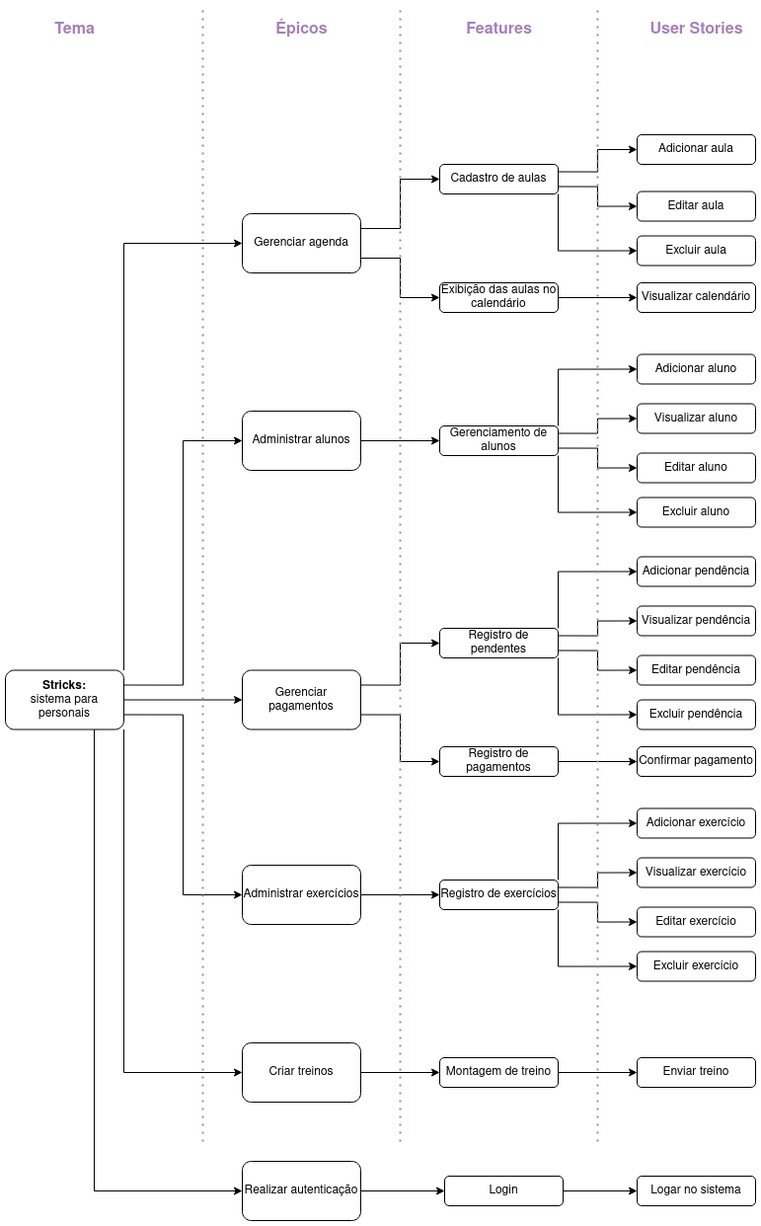
This is documentation/docs/img/diagrama.png from mdsreq-fga-unb/2022.2-Strix, a draw.io export, as it was before one commit. Source tidied: cells renumbered, new cells last; positions are measured from the earlier drawing's top-left corner, leaving out a move shared by most shapes.
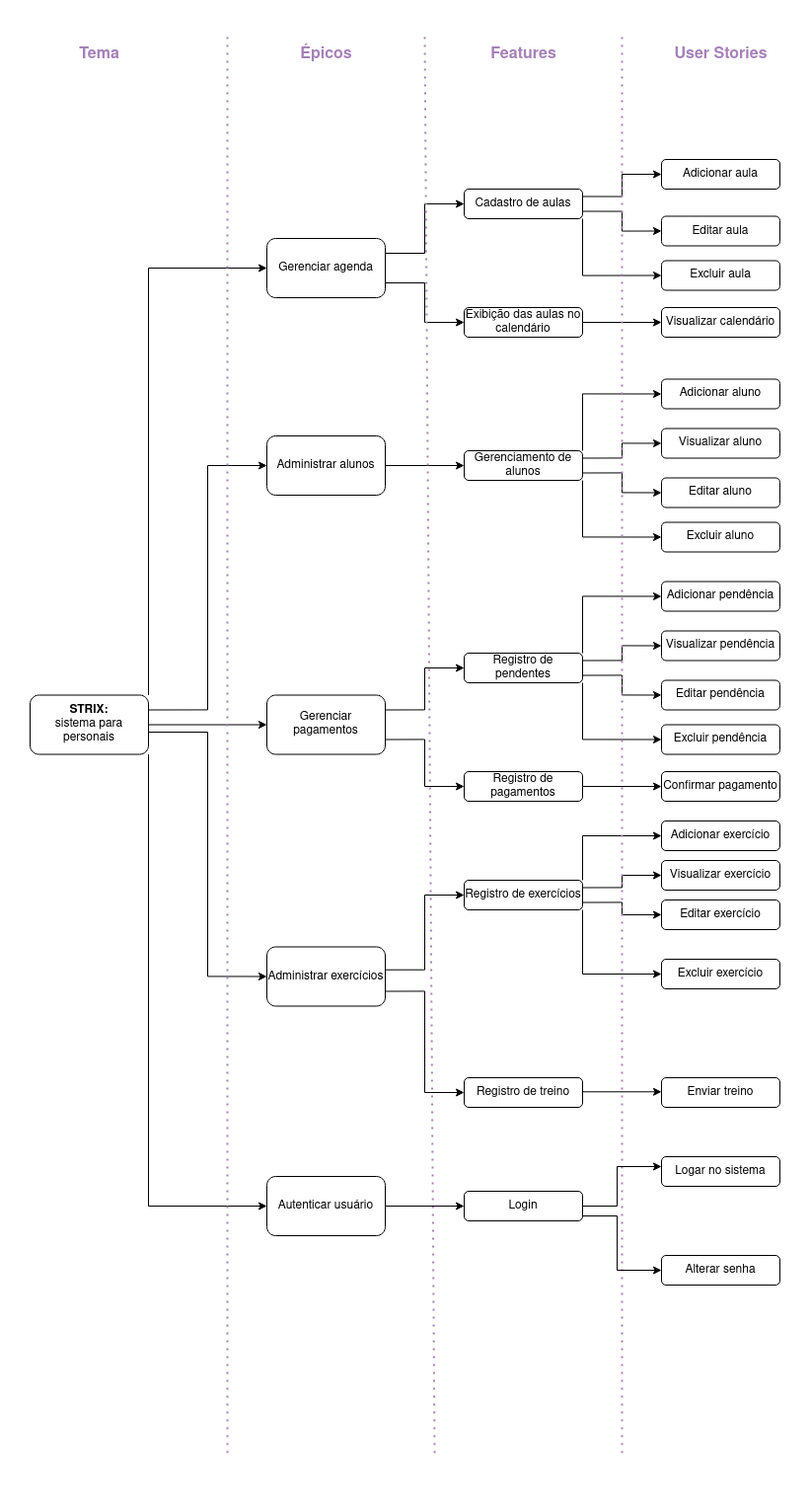
After the commit.

Commit message:
refatorando o  diagrama de requisitos

What changed in the source:
```diff
@@ -12,15 +12,18 @@
       <mxGeometry relative="1" as="geometry" />
     </mxCell>
     <mxCell id="5" style="edgeStyle=orthogonalEdgeStyle;rounded=0;jettySize=auto;html=1;exitX=1;exitY=0.75;exitDx=0;exitDy=0;entryX=0;entryY=0.5;entryDx=0;entryDy=0;" parent="1" edge="1" source="8" target="18">
-      <mxGeometry relative="1" as="geometry" />
+      <mxGeometry relative="1" as="geometry">
+        <Array as="points">
+          <mxPoint x="120" y="710" />
+          <mxPoint x="180" y="710" />
+          <mxPoint x="180" y="958" />
+        </Array>
+      </mxGeometry>
     </mxCell>
-    <mxCell id="6" style="edgeStyle=orthogonalEdgeStyle;rounded=0;jettySize=auto;html=1;exitX=1;exitY=1;exitDx=0;exitDy=0;entryX=0;entryY=0.5;entryDx=0;entryDy=0;" parent="1" edge="1" source="8" target="20">
-      <mxGeometry relative="1" as="geometry" />
-    </mxCell>
-    <mxCell id="7" style="edgeStyle=orthogonalEdgeStyle;rounded=0;jettySize=auto;html=1;exitX=0.75;exitY=1;exitDx=0;exitDy=0;entryX=0;entryY=0.5;entryDx=0;entryDy=0;" parent="1" edge="1" source="8" target="72">
+    <mxCell id="7" style="edgeStyle=orthogonalEdgeStyle;rounded=0;jettySize=auto;html=1;exitX=1;exitY=1;exitDx=0;exitDy=0;entryX=0;entryY=0.5;entryDx=0;entryDy=0;" parent="1" edge="1" source="8" target="72">
       <mxGeometry relative="1" as="geometry" />
     </mxCell>
-    <mxCell id="8" value="&lt;b&gt;Stricks:&lt;/b&gt;&lt;br&gt;sistema para personais" style="rounded=1;whiteSpace=wrap;html=1;" parent="1" vertex="1">
+    <mxCell id="8" value="&lt;b&gt;STRIX:&lt;/b&gt;&lt;br&gt;sistema para personais" style="rounded=1;whiteSpace=wrap;html=1;" parent="1" vertex="1">
       <mxGeometry y="672.5" width="120" height="60" as="geometry" />
     </mxCell>
     <mxCell id="9" style="edgeStyle=orthogonalEdgeStyle;rounded=0;jettySize=auto;html=1;exitX=1;exitY=0.75;exitDx=0;exitDy=0;entryX=0;entryY=0.5;entryDx=0;entryDy=0;fontSize=16;fontColor=#000000;" parent="1" edge="1" source="11" target="28">
@@ -39,7 +42,12 @@
       <mxGeometry x="240" y="410" width="120" height="60" as="geometry" />
     </mxCell>
     <mxCell id="14" style="edgeStyle=orthogonalEdgeStyle;rounded=0;jettySize=auto;html=1;exitX=1;exitY=0.75;exitDx=0;exitDy=0;entryX=0;entryY=0.5;entryDx=0;entryDy=0;fontSize=16;fontColor=#000000;" parent="1" edge="1" source="16" target="35">
-      <mxGeometry relative="1" as="geometry" />
+      <mxGeometry relative="1" as="geometry">
+        <Array as="points">
+          <mxPoint x="400" y="718" />
+          <mxPoint x="400" y="765" />
+        </Array>
+      </mxGeometry>
     </mxCell>
     <mxCell id="15" style="edgeStyle=orthogonalEdgeStyle;rounded=0;jettySize=auto;html=1;exitX=1;exitY=0.25;exitDx=0;exitDy=0;entryX=0;entryY=0.5;entryDx=0;entryDy=0;fontSize=16;fontColor=#000000;" parent="1" edge="1" source="16" target="33">
       <mxGeometry relative="1" as="geometry" />
@@ -47,21 +55,20 @@
     <mxCell id="16" value="Gerenciar pagamentos" style="rounded=1;whiteSpace=wrap;html=1;" parent="1" vertex="1">
       <mxGeometry x="240" y="672.5" width="120" height="60" as="geometry" />
     </mxCell>
-    <mxCell id="17" style="edgeStyle=orthogonalEdgeStyle;rounded=0;jettySize=auto;html=1;fontSize=16;fontColor=#000000;" parent="1" edge="1" source="18" target="46">
-      <mxGeometry relative="1" as="geometry" />
-    </mxCell>
     <mxCell id="18" value="Administrar exercícios&lt;span style=&quot;color: rgba(0, 0, 0, 0); font-family: monospace; font-size: 0px; text-align: start;&quot;&gt;%3CmxGraphModel%3E%3Croot%3E%3CmxCell%20id%3D%220%22%2F%3E%3CmxCell%20id%3D%221%22%20parent%3D%220%22%2F%3E%3CmxCell%20id%3D%222%22%20value%3D%22Agenda%22%20style%3D%22rounded%3D1%3BwhiteSpace%3Dwrap%3Bhtml%3D1%3B%22%20vertex%3D%221%22%20parent%3D%221%22%3E%3CmxGeometry%20x%3D%22200%22%20y%3D%22380%22%20width%3D%22120%22%20height%3D%2260%22%20as%3D%22geometry%22%2F%3E%3C%2FmxCell%3E%3C%2Froot%3E%3C%2FmxGraphModel%3E&lt;/span&gt;" style="rounded=1;whiteSpace=wrap;html=1;" parent="1" vertex="1">
-      <mxGeometry x="240" y="870" width="120" height="60" as="geometry" />
+      <mxGeometry x="240" y="927.5" width="120" height="60" as="geometry" />
     </mxCell>
-    <mxCell id="19" style="edgeStyle=orthogonalEdgeStyle;rounded=0;jettySize=auto;html=1;exitX=1;exitY=0.5;exitDx=0;exitDy=0;fontSize=16;fontColor=#000000;entryX=0;entryY=0.5;entryDx=0;entryDy=0;" parent="1" edge="1" source="20" target="48">
-      <mxGeometry relative="1" as="geometry" />
+    <mxCell id="19" style="edgeStyle=orthogonalEdgeStyle;rounded=0;jettySize=auto;html=1;exitX=1;exitY=0.75;exitDx=0;exitDy=0;fontSize=16;fontColor=#000000;entryX=0;entryY=0.5;entryDx=0;entryDy=0;" parent="1" edge="1" source="18" target="48">
+      <mxGeometry relative="1" as="geometry">
+        <Array as="points">
+          <mxPoint x="400" y="973" />
+          <mxPoint x="400" y="1075" />
+        </Array>
+      </mxGeometry>
     </mxCell>
-    <mxCell id="20" value="Criar treinos" style="rounded=1;whiteSpace=wrap;html=1;" parent="1" vertex="1">
-      <mxGeometry x="240" y="1050" width="120" height="60" as="geometry" />
-    </mxCell>
     <mxCell id="21" style="endArrow=none;dashed=1;html=1;dashPattern=1 3;strokeWidth=2;rounded=0;strokeColor=#A680B8;" parent="1" edge="1">
       <mxGeometry relative="1" as="geometry">
-        <mxPoint x="200" y="1150" as="sourcePoint" />
+        <mxPoint x="200" y="1440" as="sourcePoint" />
         <mxPoint x="200" as="targetPoint" />
       </mxGeometry>
     </mxCell>
@@ -124,36 +131,46 @@
     </mxCell>
     <mxCell id="41" style="endArrow=none;dashed=1;html=1;dashPattern=1 3;strokeWidth=2;rounded=0;strokeColor=#A680B8;" parent="1" edge="1">
       <mxGeometry relative="1" as="geometry">
-        <mxPoint x="400" y="1150" as="sourcePoint" />
+        <mxPoint x="410" y="1440" as="sourcePoint" />
         <mxPoint x="400" as="targetPoint" />
       </mxGeometry>
     </mxCell>
     <mxCell id="42" style="edgeStyle=orthogonalEdgeStyle;rounded=0;jettySize=auto;html=1;exitX=1;exitY=0.25;exitDx=0;exitDy=0;entryX=0;entryY=0.5;entryDx=0;entryDy=0;fontSize=16;fontColor=#000000;" parent="1" edge="1" source="46" target="65">
-      <mxGeometry relative="1" as="geometry" />
+      <mxGeometry relative="1" as="geometry">
+        <Array as="points">
+          <mxPoint x="600" y="868" />
+          <mxPoint x="600" y="855" />
+        </Array>
+      </mxGeometry>
     </mxCell>
     <mxCell id="43" style="edgeStyle=orthogonalEdgeStyle;rounded=0;jettySize=auto;html=1;exitX=1;exitY=1;exitDx=0;exitDy=0;entryX=0;entryY=0.5;entryDx=0;entryDy=0;fontSize=16;fontColor=#000000;" parent="1" edge="1" source="46" target="66">
-      <mxGeometry relative="1" as="geometry" />
+      <mxGeometry relative="1" as="geometry">
+        <Array as="points">
+          <mxPoint x="560" y="955" />
+        </Array>
+      </mxGeometry>
     </mxCell>
     <mxCell id="44" style="edgeStyle=orthogonalEdgeStyle;rounded=0;jettySize=auto;html=1;exitX=1;exitY=0;exitDx=0;exitDy=0;entryX=0;entryY=0.5;entryDx=0;entryDy=0;fontSize=16;fontColor=#000000;" parent="1" edge="1" source="46" target="64">
-      <mxGeometry relative="1" as="geometry" />
+      <mxGeometry relative="1" as="geometry">
+        <Array as="points">
+          <mxPoint x="560" y="815" />
+        </Array>
+      </mxGeometry>
     </mxCell>
     <mxCell id="45" style="edgeStyle=orthogonalEdgeStyle;rounded=0;jettySize=auto;html=1;exitX=1;exitY=0.75;exitDx=0;exitDy=0;entryX=0;entryY=0.5;entryDx=0;entryDy=0;fontSize=16;fontColor=#000000;" parent="1" edge="1" source="46" target="67">
-      <mxGeometry relative="1" as="geometry" />
+      <mxGeometry relative="1" as="geometry">
+        <Array as="points">
+          <mxPoint x="600" y="882" />
+          <mxPoint x="600" y="895" />
+        </Array>
+      </mxGeometry>
     </mxCell>
     <mxCell id="46" value="Registro de exercícios" style="rounded=1;whiteSpace=wrap;html=1;" parent="1" vertex="1">
-      <mxGeometry x="440" y="885" width="120" height="30" as="geometry" />
+      <mxGeometry x="440" y="860" width="120" height="30" as="geometry" />
     </mxCell>
-    <mxCell id="47" style="edgeStyle=orthogonalEdgeStyle;rounded=0;jettySize=auto;html=1;entryX=0;entryY=0.5;entryDx=0;entryDy=0;fontSize=16;fontColor=#000000;" parent="1" edge="1" target="49">
-      <mxGeometry relative="1" as="geometry">
-        <mxPoint x="560" y="1080" as="sourcePoint" />
-      </mxGeometry>
-    </mxCell>
-    <mxCell id="48" value="Montagem de treino" style="rounded=1;whiteSpace=wrap;html=1;" parent="1" vertex="1">
-      <mxGeometry x="440" y="1065" width="120" height="30" as="geometry" />
+    <mxCell id="48" value="Registro de treino" style="rounded=1;whiteSpace=wrap;html=1;" parent="1" vertex="1">
+      <mxGeometry x="440" y="1060" width="120" height="30" as="geometry" />
     </mxCell>
-    <mxCell id="49" value="Enviar treino" style="rounded=1;whiteSpace=wrap;html=1;" parent="1" vertex="1">
-      <mxGeometry x="640" y="1065" width="120" height="30" as="geometry" />
-    </mxCell>
     <mxCell id="50" value="&lt;b&gt;&lt;font color=&quot;#a680b8&quot; style=&quot;font-size: 16px;&quot;&gt;Features&lt;/font&gt;&lt;/b&gt;" style="text;html=1;align=center;verticalAlign=middle;strokeColor=none;fillColor=none;" parent="1" vertex="1">
       <mxGeometry x="455" y="9" width="90" height="30" as="geometry" />
     </mxCell>
@@ -197,20 +214,20 @@
       <mxGeometry x="640" y="750" width="120" height="30" as="geometry" />
     </mxCell>
     <mxCell id="64" value="Adicionar exercício" style="rounded=1;whiteSpace=wrap;html=1;" parent="1" vertex="1">
-      <mxGeometry x="640" y="812.5" width="120" height="30" as="geometry" />
+      <mxGeometry x="640" y="800" width="120" height="30" as="geometry" />
     </mxCell>
     <mxCell id="65" value="Visualizar exercício&lt;span style=&quot;color: rgba(0, 0, 0, 0); font-family: monospace; font-size: 0px; text-align: start;&quot;&gt;%3CmxGraphModel%3E%3Croot%3E%3CmxCell%20id%3D%220%22%2F%3E%3CmxCell%20id%3D%221%22%20parent%3D%220%22%2F%3E%3CmxCell%20id%3D%222%22%20value%3D%22Cadastro%20de%20aulas%22%20style%3D%22rounded%3D1%3BwhiteSpace%3Dwrap%3Bhtml%3D1%3B%22%20vertex%3D%221%22%20parent%3D%221%22%3E%3CmxGeometry%20x%3D%22360%22%20y%3D%22375%22%20width%3D%22120%22%20height%3D%2230%22%20as%3D%22geometry%22%2F%3E%3C%2FmxCell%3E%3C%2Froot%3E%3C%2FmxGraphModel%&lt;/span&gt;" style="rounded=1;whiteSpace=wrap;html=1;" parent="1" vertex="1">
-      <mxGeometry x="640" y="862.5" width="120" height="30" as="geometry" />
+      <mxGeometry x="640" y="840" width="120" height="30" as="geometry" />
     </mxCell>
     <mxCell id="66" value="Excluir exercício" style="rounded=1;whiteSpace=wrap;html=1;" parent="1" vertex="1">
-      <mxGeometry x="640" y="957.5" width="120" height="30" as="geometry" />
+      <mxGeometry x="640" y="940" width="120" height="30" as="geometry" />
     </mxCell>
     <mxCell id="67" value="Editar exercício" style="rounded=1;whiteSpace=wrap;html=1;" parent="1" vertex="1">
-      <mxGeometry x="640" y="912.5" width="120" height="30" as="geometry" />
+      <mxGeometry x="640" y="880" width="120" height="30" as="geometry" />
     </mxCell>
     <mxCell id="68" style="endArrow=none;dashed=1;html=1;dashPattern=1 3;strokeWidth=2;rounded=0;strokeColor=#A680B8;" parent="1" edge="1">
       <mxGeometry relative="1" as="geometry">
-        <mxPoint x="600" y="1150" as="sourcePoint" />
+        <mxPoint x="600" y="1440" as="sourcePoint" />
         <mxPoint x="600" as="targetPoint" />
       </mxGeometry>
     </mxCell>
@@ -223,17 +240,52 @@
     <mxCell id="71" style="edgeStyle=orthogonalEdgeStyle;rounded=0;jettySize=auto;html=1;" parent="1" edge="1" source="72" target="74">
       <mxGeometry relative="1" as="geometry" />
     </mxCell>
-    <mxCell id="72" value="Realizar autenticação" style="rounded=1;whiteSpace=wrap;html=1;" parent="1" vertex="1">
-      <mxGeometry x="240" y="1170" width="120" height="60" as="geometry" />
+    <mxCell id="72" value="Autenticar usuário" style="rounded=1;whiteSpace=wrap;html=1;" parent="1" vertex="1">
+      <mxGeometry x="240" y="1160" width="120" height="60" as="geometry" />
     </mxCell>
-    <mxCell id="73" style="edgeStyle=orthogonalEdgeStyle;rounded=0;jettySize=auto;html=1;" parent="1" edge="1" source="74" target="75">
-      <mxGeometry relative="1" as="geometry" />
-    </mxCell>
     <mxCell id="74" value="Login" style="rounded=1;whiteSpace=wrap;html=1;" parent="1" vertex="1">
-      <mxGeometry x="445" y="1185" width="120" height="30" as="geometry" />
+      <mxGeometry x="440" y="1175" width="120" height="30" as="geometry" />
     </mxCell>
     <mxCell id="75" value="Logar no sistema" style="rounded=1;whiteSpace=wrap;html=1;" parent="1" vertex="1">
-      <mxGeometry x="640" y="1185" width="120" height="30" as="geometry" />
+      <mxGeometry x="640" y="1140" width="120" height="30" as="geometry" />
     </mxCell>
+    <mxCell id="17" style="edgeStyle=orthogonalEdgeStyle;rounded=0;jettySize=auto;html=1;fontSize=16;fontColor=#000000;entryX=0;entryY=0.5;entryDx=0;entryDy=0;exitX=1.004;exitY=0.387;exitDx=0;exitDy=0;exitPerimeter=0;" parent="1" edge="1" source="18" target="46">
+      <mxGeometry relative="1" as="geometry">
+        <Array as="points">
+          <mxPoint x="400" y="951" />
+          <mxPoint x="400" y="875" />
+        </Array>
+      </mxGeometry>
+    </mxCell>
+    <mxCell id="49" value="Enviar treino" style="rounded=1;whiteSpace=wrap;html=1;" parent="1" vertex="1">
+      <mxGeometry x="640" y="1060" width="120" height="30" as="geometry" />
+    </mxCell>
+    <mxCell id="76" value="Alterar senha" style="rounded=1;whiteSpace=wrap;html=1;" parent="1" vertex="1">
+      <mxGeometry x="640" y="1240" width="120" height="30" as="geometry" />
+    </mxCell>
+    <mxCell id="77" style="edgeStyle=orthogonalEdgeStyle;rounded=0;jettySize=auto;html=1;exitX=1;exitY=0.75;exitDx=0;exitDy=0;entryX=0;entryY=0.5;entryDx=0;entryDy=0;" parent="1" edge="1" source="74" target="76">
+      <mxGeometry relative="1" as="geometry">
+        <Array as="points">
+          <mxPoint x="560" y="1200" />
+          <mxPoint x="595" y="1200" />
+          <mxPoint x="595" y="1255" />
+        </Array>
+      </mxGeometry>
+    </mxCell>
+    <mxCell id="78" style="edgeStyle=orthogonalEdgeStyle;rounded=0;jettySize=auto;html=1;exitX=1;exitY=0.5;exitDx=0;exitDy=0;" parent="1" edge="1" source="74">
+      <mxGeometry relative="1" as="geometry">
+        <mxPoint x="640" y="1150" as="targetPoint" />
+        <Array as="points">
+          <mxPoint x="595" y="1190" />
+          <mxPoint x="595" y="1150" />
+        </Array>
+      </mxGeometry>
+    </mxCell>
+    <mxCell id="79" style="edgeStyle=orthogonalEdgeStyle;rounded=0;orthogonalLoop=1;jettySize=auto;html=1;fontSize=16;fontColor=#000000;" parent="1" edge="1">
+      <mxGeometry relative="1" as="geometry">
+        <mxPoint x="560" y="1074.3" as="sourcePoint" />
+        <mxPoint x="640" y="1074.3" as="targetPoint" />
+      </mxGeometry>
+    </mxCell>
   </root>
 </mxGraphModel>
```
